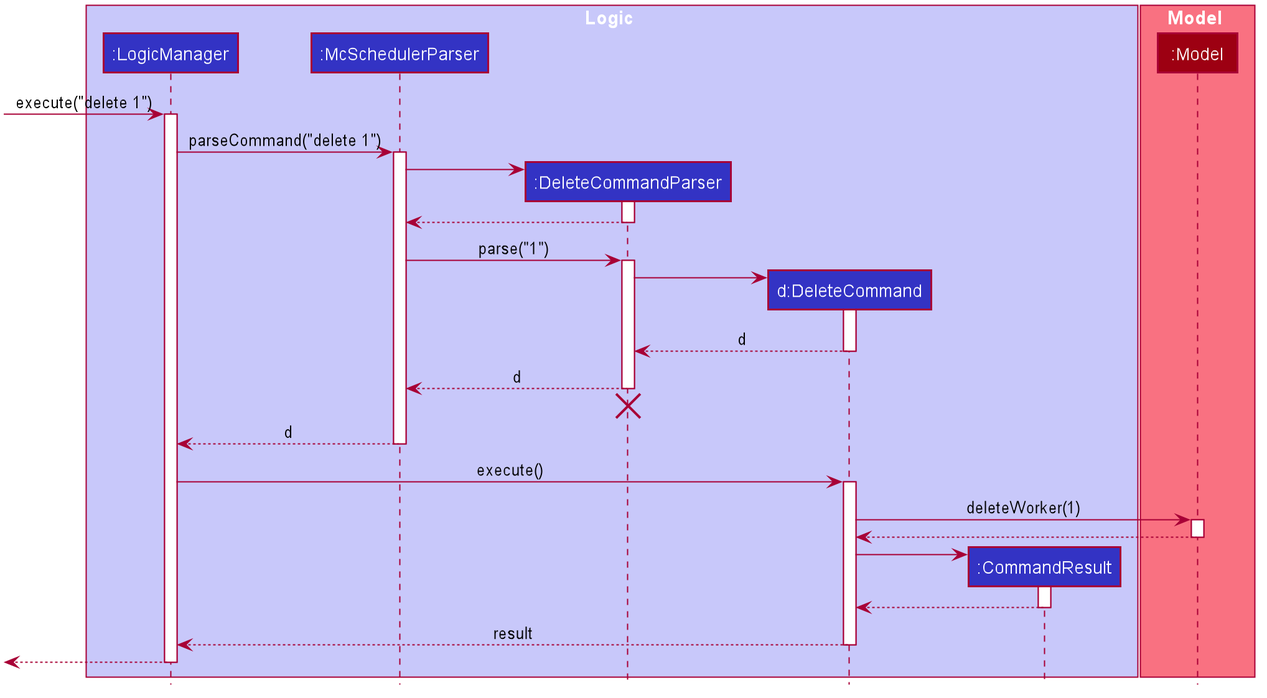
The PlantUML diagram docs/images/DeleteSequenceDiagram.png in wakululuu/tp, before a commit. Source of this version:
```plantuml
@startuml








skinparam BackgroundColor #FFFFFFF

skinparam Shadowing false

skinparam Class {
    FontColor #FFFFFF
    BorderThickness 1
    BorderColor #FFFFFF
    StereotypeFontColor #FFFFFF
    FontName Arial
    AttributeFontColor #FFFFFF
    AttributeFontName Arial
}

skinparam Actor {
    BorderColor #000000
    Color #000000
    FontName Arial
}

skinparam Sequence {
    MessageAlign center
    BoxFontSize 15
    BoxPadding 0
    BoxFontColor #FFFFFF
    FontName Arial
}

skinparam Participant {
    FontColor #FFFFFFF
    Padding 20
}

skinparam MinClassWidth 50
skinparam ParticipantPadding 10
skinparam Shadowing false
skinparam DefaultTextAlignment center
skinparam packageStyle Rectangle

hide footbox
hide empty members
hide circle

box Logic #C8C8FA
participant ":LogicManager" as LogicManager #3333C4
participant ":McSchedulerParser" as McSchedulerParser #3333C4
participant ":DeleteCommandParser" as DeleteCommandParser #3333C4
participant "d:DeleteCommand" as DeleteCommand #3333C4
participant ":CommandResult" as CommandResult #3333C4
end box

box Model #F97181
participant ":Model" as Model #9D0012
end box

[-> LogicManager : execute("delete 1")
activate LogicManager

LogicManager -> McSchedulerParser : parseCommand("delete 1")
activate McSchedulerParser

create DeleteCommandParser
McSchedulerParser -> DeleteCommandParser
activate DeleteCommandParser

DeleteCommandParser --> McSchedulerParser
deactivate DeleteCommandParser

McSchedulerParser -> DeleteCommandParser : parse("1")
activate DeleteCommandParser

create DeleteCommand
DeleteCommandParser -> DeleteCommand
activate DeleteCommand

DeleteCommand --> DeleteCommandParser : d
deactivate DeleteCommand

DeleteCommandParser --> McSchedulerParser : d
deactivate DeleteCommandParser
DeleteCommandParser -[hidden]-> McSchedulerParser
destroy DeleteCommandParser

McSchedulerParser --> LogicManager : d
deactivate McSchedulerParser

LogicManager -> DeleteCommand : execute()
activate DeleteCommand

DeleteCommand -> Model : deleteWorker(1)
activate Model

Model --> DeleteCommand
deactivate Model

create CommandResult
DeleteCommand -> CommandResult
activate CommandResult

CommandResult --> DeleteCommand
deactivate CommandResult

DeleteCommand --> LogicManager : result
deactivate DeleteCommand

[<--LogicManager
deactivate LogicManager
@enduml
```
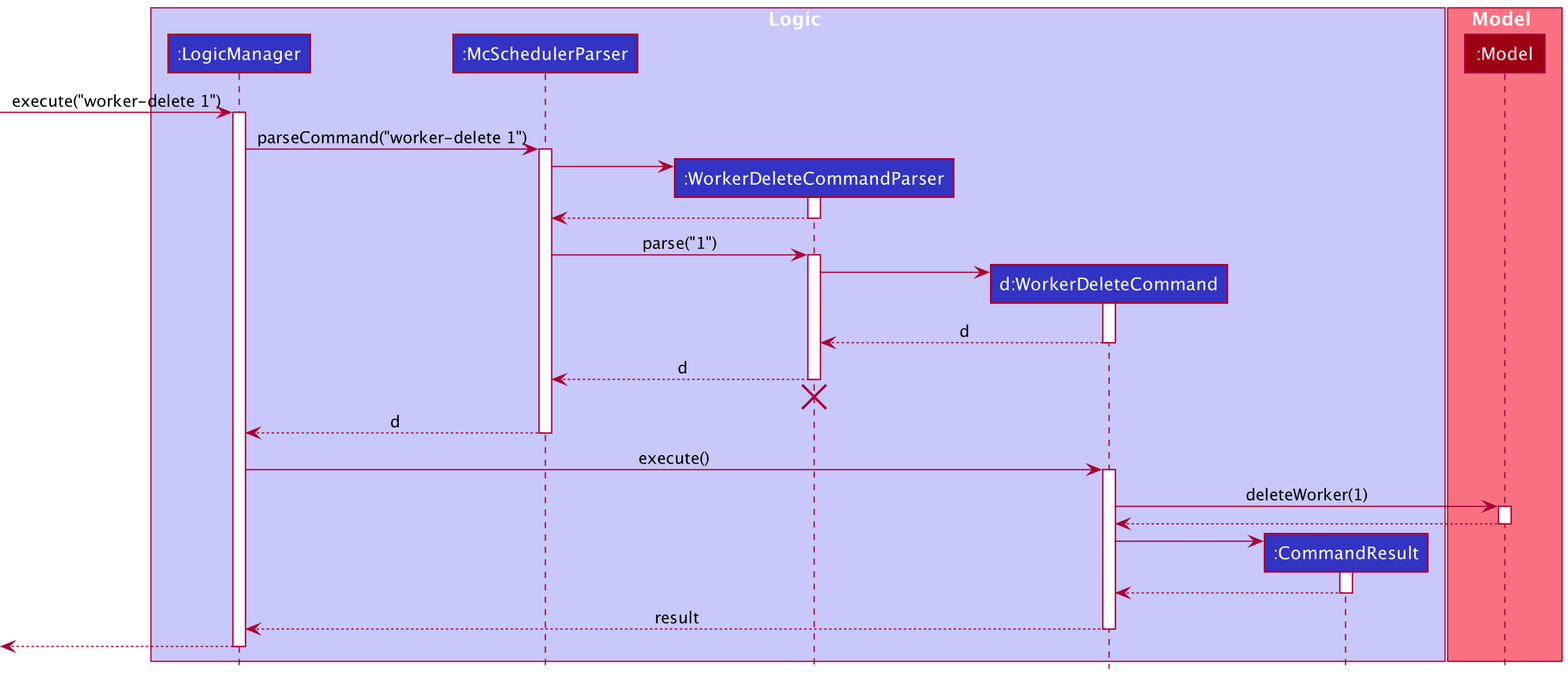
After the commit.

Change to the diagram source:
```diff
@@ -1,116 +1,67 @@
 @startuml
+!include style.puml
 
-
-
-
-
-
-
-
-skinparam BackgroundColor #FFFFFFF
-
-skinparam Shadowing false
-
-skinparam Class {
-    FontColor #FFFFFF
-    BorderThickness 1
-    BorderColor #FFFFFF
-    StereotypeFontColor #FFFFFF
-    FontName Arial
-    AttributeFontColor #FFFFFF
-    AttributeFontName Arial
-}
-
-skinparam Actor {
-    BorderColor #000000
-    Color #000000
-    FontName Arial
-}
-
-skinparam Sequence {
-    MessageAlign center
-    BoxFontSize 15
-    BoxPadding 0
-    BoxFontColor #FFFFFF
-    FontName Arial
-}
-
-skinparam Participant {
-    FontColor #FFFFFFF
-    Padding 20
-}
-
-skinparam MinClassWidth 50
-skinparam ParticipantPadding 10
-skinparam Shadowing false
-skinparam DefaultTextAlignment center
-skinparam packageStyle Rectangle
-
-hide footbox
-hide empty members
-hide circle
-
-box Logic #C8C8FA
-participant ":LogicManager" as LogicManager #3333C4
-participant ":McSchedulerParser" as McSchedulerParser #3333C4
-participant ":DeleteCommandParser" as DeleteCommandParser #3333C4
-participant "d:DeleteCommand" as DeleteCommand #3333C4
-participant ":CommandResult" as CommandResult #3333C4
+box Logic LOGIC_COLOR_T1
+participant ":LogicManager" as LogicManager LOGIC_COLOR
+participant ":McSchedulerParser" as McSchedulerParser LOGIC_COLOR
+participant ":WorkerDeleteCommandParser" as WorkerDeleteCommandParser LOGIC_COLOR
+participant "d:WorkerDeleteCommand" as WorkerDeleteCommand LOGIC_COLOR
+participant ":CommandResult" as CommandResult LOGIC_COLOR
 end box
 
-box Model #F97181
-participant ":Model" as Model #9D0012
+box Model MODEL_COLOR_T1
+participant ":Model" as Model MODEL_COLOR
 end box
 
-[-> LogicManager : execute("delete 1")
+[-> LogicManager : execute("worker-delete 1")
 activate LogicManager
 
-LogicManager -> McSchedulerParser : parseCommand("delete 1")
+LogicManager -> McSchedulerParser : parseCommand("worker-delete 1")
 activate McSchedulerParser
 
-create DeleteCommandParser
-McSchedulerParser -> DeleteCommandParser
-activate DeleteCommandParser
+create WorkerDeleteCommandParser
+McSchedulerParser -> WorkerDeleteCommandParser
+activate WorkerDeleteCommandParser
 
-DeleteCommandParser --> McSchedulerParser
-deactivate DeleteCommandParser
+WorkerDeleteCommandParser --> McSchedulerParser
+deactivate WorkerDeleteCommandParser
 
-McSchedulerParser -> DeleteCommandParser : parse("1")
-activate DeleteCommandParser
+McSchedulerParser -> WorkerDeleteCommandParser : parse("1")
+activate WorkerDeleteCommandParser
 
-create DeleteCommand
-DeleteCommandParser -> DeleteCommand
-activate DeleteCommand
+create WorkerDeleteCommand
+WorkerDeleteCommandParser -> WorkerDeleteCommand
+activate WorkerDeleteCommand
 
-DeleteCommand --> DeleteCommandParser : d
-deactivate DeleteCommand
+WorkerDeleteCommand --> WorkerDeleteCommandParser : d
+deactivate WorkerDeleteCommand
 
-DeleteCommandParser --> McSchedulerParser : d
-deactivate DeleteCommandParser
-DeleteCommandParser -[hidden]-> McSchedulerParser
-destroy DeleteCommandParser
+WorkerDeleteCommandParser --> McSchedulerParser : d
+deactivate WorkerDeleteCommandParser
+WorkerDeleteCommandParser -[hidden]-> McSchedulerParser
+destroy WorkerDeleteCommandParser
 
 McSchedulerParser --> LogicManager : d
 deactivate McSchedulerParser
 
-LogicManager -> DeleteCommand : execute()
-activate DeleteCommand
+LogicManager -> WorkerDeleteCommand : execute()
+activate WorkerDeleteCommand
 
-DeleteCommand -> Model : deleteWorker(1)
+WorkerDeleteCommand -> Model : deleteWorker(1)
 activate Model
 
-Model --> DeleteCommand
+Model --> WorkerDeleteCommand
 deactivate Model
 
 create CommandResult
-DeleteCommand -> CommandResult
+WorkerDeleteCommand -> CommandResult
 activate CommandResult
 
-CommandResult --> DeleteCommand
+CommandResult --> WorkerDeleteCommand
 deactivate CommandResult
 
-DeleteCommand --> LogicManager : result
-deactivate DeleteCommand
+WorkerDeleteCommand --> LogicManager : result
+deactivate WorkerDeleteCommand
 
 [<--LogicManager
 deactivate LogicManager
```
